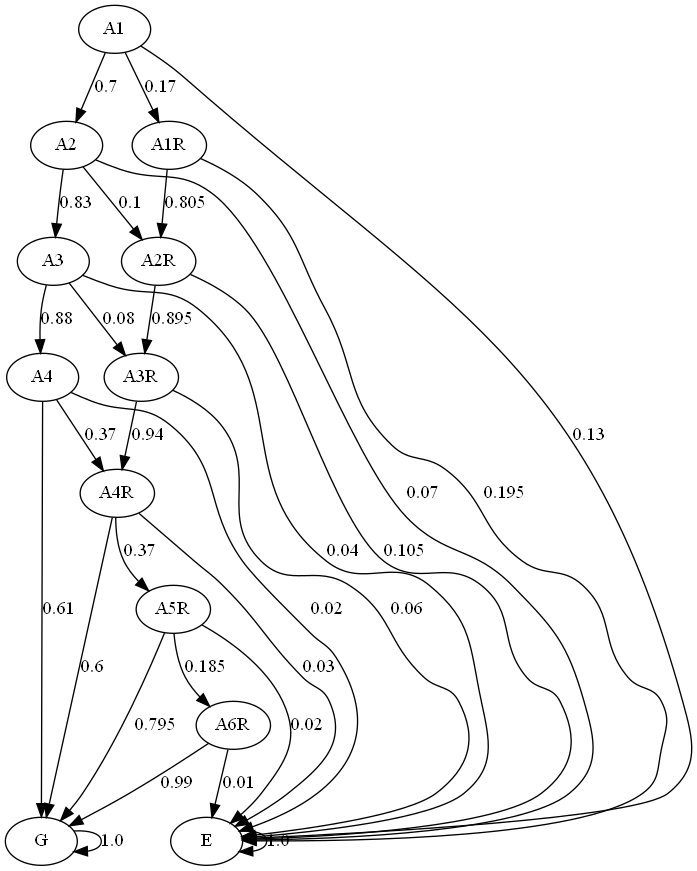
This is graph/markov.png from JulianaFerreira/educacao, a Graphviz export, as it was before one commit. Its source is kept beside it as graph/markov.dot.
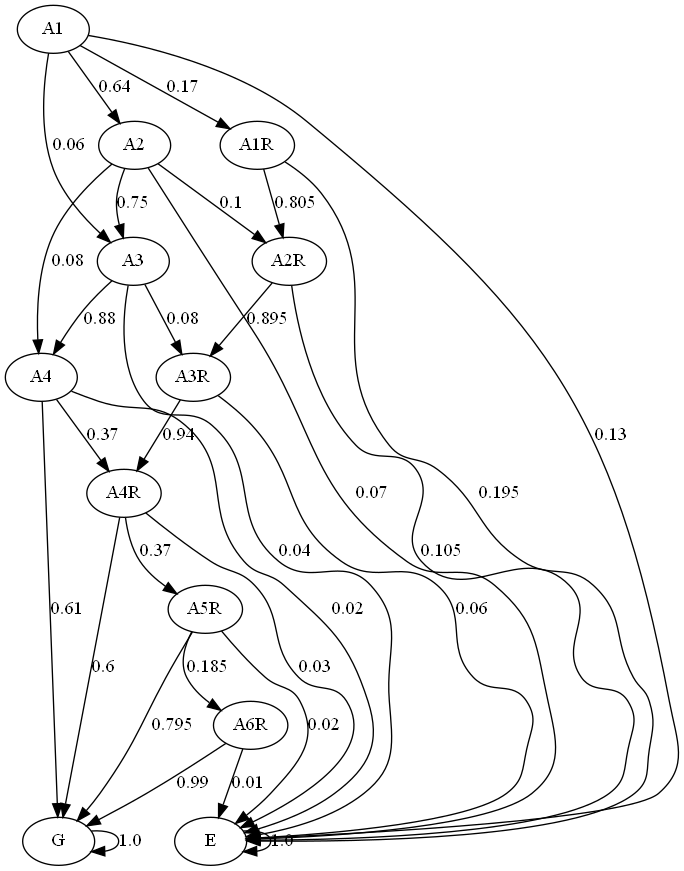
The same diagram one commit later.

The edit, as a diff of the source:
```diff
@@ -11,10 +11,12 @@
 A6R;
 G;
 E;
-A1 -> A2  [key=0, label="0.7", weight="0.7"];
+A1 -> A2  [key=0, label="0.64", weight="0.64"];
+A1 -> A3  [key=0, label="0.06", weight="0.06"];
 A1 -> A1R  [key=0, label="0.17", weight="0.17"];
 A1 -> E  [key=0, label="0.13", weight="0.13"];
-A2 -> A3  [key=0, label="0.83", weight="0.83"];
+A2 -> A3  [key=0, label="0.75", weight="0.75"];
+A2 -> A4  [key=0, label="0.08", weight="0.08"];
 A2 -> A2R  [key=0, label="0.1", weight="0.1"];
 A2 -> E  [key=0, label="0.07", weight="0.07"];
 A3 -> A4  [key=0, label="0.88", weight="0.88"];
```
